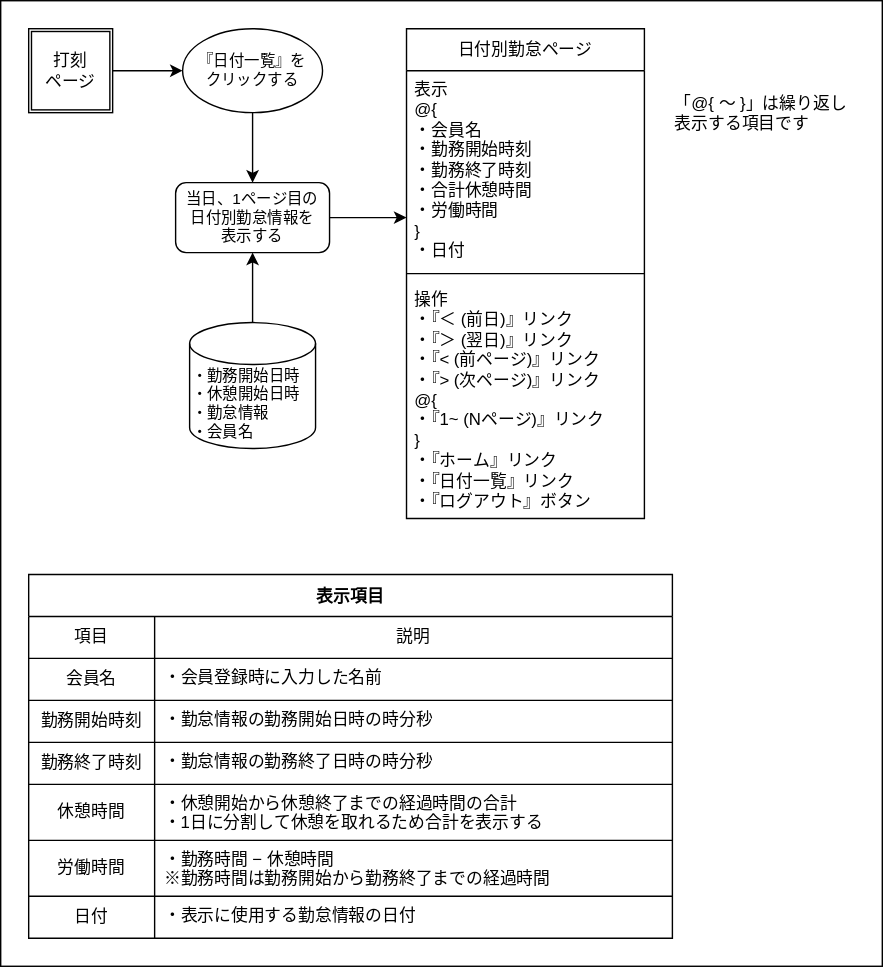
ryamao/atte keeps this draw.io diagram as doc/画面遷移図/日付別勤怠ページ/日付別勤怠ページ.drawio.svg. Above is the earlier version. Source tidied: cells renumbered, new cells last; positions are measured from the earlier drawing's top-left corner, leaving out a move shared by most shapes. Its diagram source:
```xml
<mxGraphModel>
  <root>
    <mxCell id="0" />
    <mxCell id="1" parent="0" />
    <mxCell id="2" style="rounded=0;whiteSpace=wrap;html=1;" parent="1" vertex="1">
      <mxGeometry width="630" height="690" as="geometry" />
    </mxCell>
    <mxCell id="3" style="edgeStyle=none;html=1;exitX=1;exitY=0.5;exitDx=0;exitDy=0;entryX=0;entryY=0.5;entryDx=0;entryDy=0;fontSize=11;" parent="1" edge="1" target="36">
      <mxGeometry relative="1" as="geometry">
        <mxPoint x="80" y="50" as="sourcePoint" />
      </mxGeometry>
    </mxCell>
    <mxCell id="4" value="日付別勤怠ページ" style="swimlane;fontStyle=0;horizontal=1;startSize=30;whiteSpace=wrap;html=1;" parent="1" vertex="1">
      <mxGeometry x="290" y="20" width="170" height="350" as="geometry" />
    </mxCell>
    <mxCell id="5" value="表示&lt;br&gt;@{&lt;br&gt;　・会員名&lt;br&gt;　・勤務開始時刻&lt;br&gt;　・勤務終了時刻&lt;br&gt;　・合計休憩時間&lt;br&gt;　・労働時間&lt;br&gt;}&lt;br&gt;・日付" style="text;strokeColor=none;fillColor=none;align=left;verticalAlign=top;spacingLeft=4;spacingRight=4;overflow=hidden;portConstraint=eastwest;whiteSpace=wrap;html=1;" parent="4" vertex="1">
      <mxGeometry y="30" width="170" height="140" as="geometry" />
    </mxCell>
    <mxCell id="6" style="line;strokeWidth=1;html=1;" parent="4" vertex="1">
      <mxGeometry y="170" width="170" height="10" as="geometry" />
    </mxCell>
    <mxCell id="7" value="操作&lt;br&gt;・『＜ (前日)』リンク&lt;br&gt;・『＞ (翌日)』リンク&lt;br&gt;・『&amp;lt; (前ページ)』リンク&lt;br&gt;・『&amp;gt; (次ページ)』リンク&lt;br&gt;@{&lt;br&gt;　・『1~ (Nページ)』リンク&lt;br&gt;}&lt;br&gt;・『ホーム』リンク&lt;br&gt;・『日付一覧』リンク&lt;br&gt;・『ログアウト』ボタン" style="text;strokeColor=none;fillColor=none;align=left;verticalAlign=top;spacingLeft=4;spacingRight=4;overflow=hidden;whiteSpace=wrap;html=1;strokeWidth=1;" parent="4" vertex="1">
      <mxGeometry y="180" width="170" height="170" as="geometry" />
    </mxCell>
    <mxCell id="8" value="表示項目" style="shape=table;startSize=30;fontStyle=1;align=center;" parent="1" vertex="1">
      <mxGeometry x="20" y="410" width="460" height="260" as="geometry" />
    </mxCell>
    <mxCell id="9" style="shape=tableRow;horizontal=0;startSize=0;swimlaneHead=0;swimlaneBody=0;top=0;left=0;bottom=0;right=0;fillColor=none;" parent="8" vertex="1">
      <mxGeometry y="30" width="460" height="30" as="geometry" />
    </mxCell>
    <mxCell id="10" value="項目" style="shape=partialRectangle;html=1;whiteSpace=wrap;fillColor=none;top=0;left=0;bottom=0;right=0;overflow=hidden;" parent="9" vertex="1">
      <mxGeometry width="90" height="30" as="geometry" />
    </mxCell>
    <mxCell id="11" value="説明" style="shape=partialRectangle;html=1;whiteSpace=wrap;fillColor=none;top=0;left=0;bottom=0;right=0;overflow=hidden;" parent="9" vertex="1">
      <mxGeometry x="90" width="370" height="30" as="geometry" />
    </mxCell>
    <mxCell id="12" style="shape=tableRow;horizontal=0;startSize=0;swimlaneHead=0;swimlaneBody=0;top=0;left=0;bottom=0;right=0;fillColor=none;" parent="8" vertex="1">
      <mxGeometry y="60" width="460" height="30" as="geometry" />
    </mxCell>
    <mxCell id="13" value="会員名" style="shape=partialRectangle;html=1;whiteSpace=wrap;fillColor=none;top=0;left=0;bottom=0;right=0;overflow=hidden;" parent="12" vertex="1">
      <mxGeometry width="90" height="30" as="geometry" />
    </mxCell>
    <mxCell id="14" value="・会員登録時に入力した名前" style="shape=partialRectangle;html=1;whiteSpace=wrap;fillColor=none;top=0;left=0;bottom=0;right=0;overflow=hidden;verticalAlign=top;align=left;spacingLeft=5;" parent="12" vertex="1">
      <mxGeometry x="90" width="370" height="30" as="geometry" />
    </mxCell>
    <mxCell id="15" style="shape=tableRow;horizontal=0;startSize=0;swimlaneHead=0;swimlaneBody=0;top=0;left=0;bottom=0;right=0;fillColor=none;" parent="8" vertex="1">
      <mxGeometry y="90" width="460" height="30" as="geometry" />
    </mxCell>
    <mxCell id="16" value="勤務開始時刻" style="shape=partialRectangle;html=1;whiteSpace=wrap;fillColor=none;top=0;left=0;bottom=0;right=0;overflow=hidden;" parent="15" vertex="1">
      <mxGeometry width="90" height="30" as="geometry" />
    </mxCell>
    <mxCell id="17" value="・勤怠情報の勤務開始日時の時分秒" style="shape=partialRectangle;html=1;whiteSpace=wrap;fillColor=none;top=0;left=0;bottom=0;right=0;overflow=hidden;verticalAlign=top;align=left;spacingLeft=5;" parent="15" vertex="1">
      <mxGeometry x="90" width="370" height="30" as="geometry" />
    </mxCell>
    <mxCell id="18" style="shape=tableRow;horizontal=0;startSize=0;swimlaneHead=0;swimlaneBody=0;top=0;left=0;bottom=0;right=0;fillColor=none;" parent="8" vertex="1">
      <mxGeometry y="120" width="460" height="30" as="geometry" />
    </mxCell>
    <mxCell id="19" value="勤務終了時刻" style="shape=partialRectangle;html=1;whiteSpace=wrap;fillColor=none;top=0;left=0;bottom=0;right=0;overflow=hidden;" parent="18" vertex="1">
      <mxGeometry width="90" height="30" as="geometry" />
    </mxCell>
    <mxCell id="20" value="・勤怠情報の勤務終了日時の時分秒" style="shape=partialRectangle;html=1;whiteSpace=wrap;fillColor=none;top=0;left=0;bottom=0;right=0;overflow=hidden;verticalAlign=top;align=left;spacingLeft=5;" parent="18" vertex="1">
      <mxGeometry x="90" width="370" height="30" as="geometry" />
    </mxCell>
    <mxCell id="21" style="shape=tableRow;horizontal=0;startSize=0;swimlaneHead=0;swimlaneBody=0;top=0;left=0;bottom=0;right=0;fillColor=none;" parent="8" vertex="1">
      <mxGeometry y="150" width="460" height="40" as="geometry" />
    </mxCell>
    <mxCell id="22" value="休憩時間" style="shape=partialRectangle;html=1;whiteSpace=wrap;fillColor=none;top=0;left=0;bottom=0;right=0;overflow=hidden;" parent="21" vertex="1">
      <mxGeometry width="90" height="40" as="geometry" />
    </mxCell>
    <mxCell id="23" value="・休憩開始から休憩終了までの経過時間の合計&lt;br&gt;・1日に分割して休憩を取れるため合計を表示する" style="shape=partialRectangle;html=1;whiteSpace=wrap;fillColor=none;top=0;left=0;bottom=0;right=0;overflow=hidden;verticalAlign=top;align=left;spacingLeft=5;" parent="21" vertex="1">
      <mxGeometry x="90" width="370" height="40" as="geometry" />
    </mxCell>
    <mxCell id="24" style="shape=tableRow;horizontal=0;startSize=0;swimlaneHead=0;swimlaneBody=0;top=0;left=0;bottom=0;right=0;fillColor=none;" parent="8" vertex="1">
      <mxGeometry y="190" width="460" height="40" as="geometry" />
    </mxCell>
    <mxCell id="25" value="労働時間" style="shape=partialRectangle;html=1;whiteSpace=wrap;fillColor=none;top=0;left=0;bottom=0;right=0;overflow=hidden;" parent="24" vertex="1">
      <mxGeometry width="90" height="40" as="geometry" />
    </mxCell>
    <mxCell id="26" value="・勤務時間 − 休憩時間&lt;br&gt;※勤務時間は勤務開始から勤務終了までの経過時間" style="shape=partialRectangle;html=1;whiteSpace=wrap;fillColor=none;top=0;left=0;bottom=0;right=0;overflow=hidden;verticalAlign=top;align=left;spacingLeft=5;" parent="24" vertex="1">
      <mxGeometry x="90" width="370" height="40" as="geometry" />
    </mxCell>
    <mxCell id="27" style="shape=tableRow;horizontal=0;startSize=0;swimlaneHead=0;swimlaneBody=0;top=0;left=0;bottom=0;right=0;fillColor=none;" parent="8" vertex="1">
      <mxGeometry y="230" width="460" height="30" as="geometry" />
    </mxCell>
    <mxCell id="28" value="日付" style="shape=partialRectangle;html=1;whiteSpace=wrap;fillColor=none;top=0;left=0;bottom=0;right=0;overflow=hidden;" parent="27" vertex="1">
      <mxGeometry width="90" height="30" as="geometry" />
    </mxCell>
    <mxCell id="29" value="・表示に使用する勤怠情報の日付" style="shape=partialRectangle;html=1;whiteSpace=wrap;fillColor=none;top=0;left=0;bottom=0;right=0;overflow=hidden;verticalAlign=top;align=left;spacingLeft=5;" parent="27" vertex="1">
      <mxGeometry x="90" width="370" height="30" as="geometry" />
    </mxCell>
    <mxCell id="30" value="「@{ 〜 }」は繰り返し表示する項目です" style="text;html=1;strokeColor=none;fillColor=none;align=left;verticalAlign=top;whiteSpace=wrap;rounded=0;" parent="1" vertex="1">
      <mxGeometry x="480" y="60" width="130" height="40" as="geometry" />
    </mxCell>
    <mxCell id="31" style="edgeStyle=none;html=1;exitX=0.5;exitY=0;exitDx=0;exitDy=0;exitPerimeter=0;fontSize=11;" parent="1" edge="1" source="32" target="34">
      <mxGeometry relative="1" as="geometry" />
    </mxCell>
    <mxCell id="32" value="・勤務開始日時&lt;br style=&quot;font-size: 11px;&quot;&gt;・休憩開始日時&lt;br style=&quot;font-size: 11px;&quot;&gt;・勤怠情報&lt;br style=&quot;font-size: 11px;&quot;&gt;・会員名" style="shape=cylinder3;html=1;boundedLbl=1;backgroundOutline=1;size=15;align=left;fontSize=11;" parent="1" vertex="1">
      <mxGeometry x="135" y="230" width="90" height="90" as="geometry" />
    </mxCell>
    <mxCell id="33" style="edgeStyle=none;html=1;exitX=1;exitY=0.5;exitDx=0;exitDy=0;fontSize=11;entryX=0;entryY=0.75;entryDx=0;entryDy=0;" parent="1" edge="1" source="34" target="5">
      <mxGeometry relative="1" as="geometry" />
    </mxCell>
    <mxCell id="34" value="当日、1ページ目の&lt;br&gt;日付別勤怠情報を&lt;br&gt;表示する" style="rounded=1;whiteSpace=wrap;html=1;fontSize=11;" parent="1" vertex="1">
      <mxGeometry x="125" y="130" width="110" height="50" as="geometry" />
    </mxCell>
    <mxCell id="35" style="edgeStyle=none;html=1;exitX=0.5;exitY=1;exitDx=0;exitDy=0;entryX=0.5;entryY=0;entryDx=0;entryDy=0;fontSize=11;" parent="1" edge="1" source="36" target="34">
      <mxGeometry relative="1" as="geometry" />
    </mxCell>
    <mxCell id="36" value="『日付一覧』を&lt;br&gt;クリックする" style="ellipse;whiteSpace=wrap;html=1;fontSize=11;" parent="1" vertex="1">
      <mxGeometry x="130" y="20" width="100" height="60" as="geometry" />
    </mxCell>
    <mxCell id="37" value="打刻&lt;br&gt;ページ" style="shape=ext;double=1;whiteSpace=wrap;html=1;" parent="1" vertex="1">
      <mxGeometry x="20" y="20" width="60" height="60" as="geometry" />
    </mxCell>
  </root>
</mxGraphModel>
```
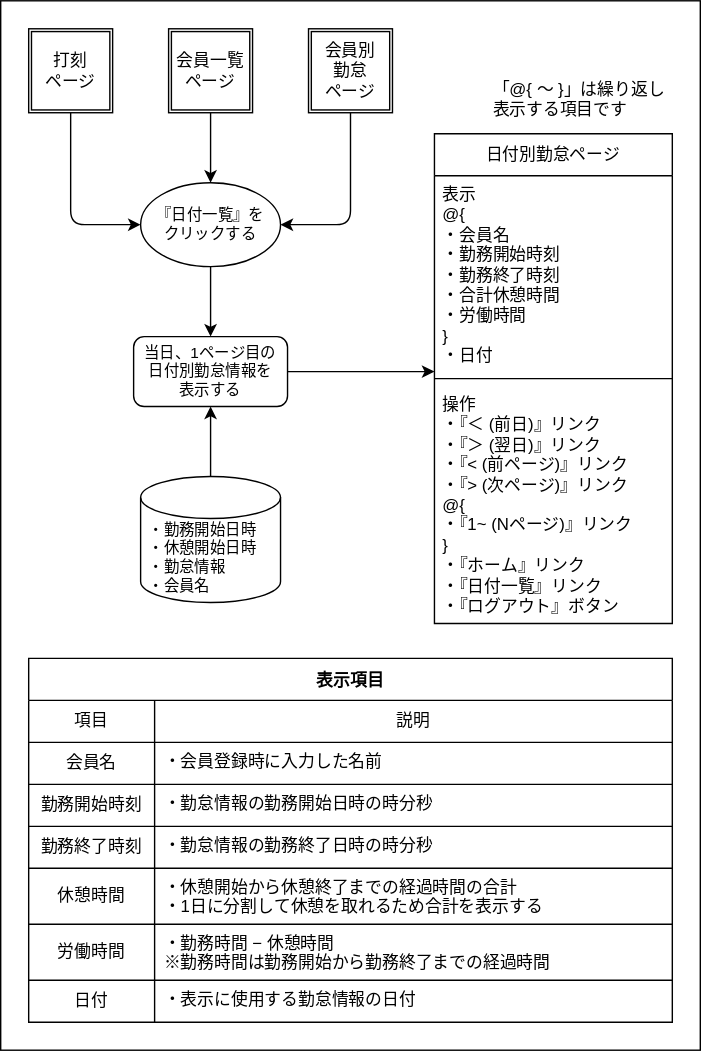
After the change.

What changed in the source:
```diff
@@ -3,15 +3,13 @@
     <mxCell id="0" />
     <mxCell id="1" parent="0" />
     <mxCell id="2" style="rounded=0;whiteSpace=wrap;html=1;" parent="1" vertex="1">
-      <mxGeometry width="630" height="690" as="geometry" />
+      <mxGeometry width="500" height="750" as="geometry" />
     </mxCell>
-    <mxCell id="3" style="edgeStyle=none;html=1;exitX=1;exitY=0.5;exitDx=0;exitDy=0;entryX=0;entryY=0.5;entryDx=0;entryDy=0;fontSize=11;" parent="1" edge="1" target="36">
-      <mxGeometry relative="1" as="geometry">
-        <mxPoint x="80" y="50" as="sourcePoint" />
-      </mxGeometry>
+    <mxCell id="3" style="edgeStyle=orthogonalEdgeStyle;html=1;exitX=0.5;exitY=1;exitDx=0;exitDy=0;entryX=0;entryY=0.5;entryDx=0;entryDy=0;fontSize=11;" parent="1" edge="1" source="37" target="36">
+      <mxGeometry relative="1" as="geometry" />
     </mxCell>
     <mxCell id="4" value="日付別勤怠ページ" style="swimlane;fontStyle=0;horizontal=1;startSize=30;whiteSpace=wrap;html=1;" parent="1" vertex="1">
-      <mxGeometry x="290" y="20" width="170" height="350" as="geometry" />
+      <mxGeometry x="310" y="95" width="170" height="350" as="geometry" />
     </mxCell>
     <mxCell id="5" value="表示&lt;br&gt;@{&lt;br&gt;　・会員名&lt;br&gt;　・勤務開始時刻&lt;br&gt;　・勤務終了時刻&lt;br&gt;　・合計休憩時間&lt;br&gt;　・労働時間&lt;br&gt;}&lt;br&gt;・日付" style="text;strokeColor=none;fillColor=none;align=left;verticalAlign=top;spacingLeft=4;spacingRight=4;overflow=hidden;portConstraint=eastwest;whiteSpace=wrap;html=1;" parent="4" vertex="1">
       <mxGeometry y="30" width="170" height="140" as="geometry" />
@@ -23,7 +21,7 @@
       <mxGeometry y="180" width="170" height="170" as="geometry" />
     </mxCell>
     <mxCell id="8" value="表示項目" style="shape=table;startSize=30;fontStyle=1;align=center;" parent="1" vertex="1">
-      <mxGeometry x="20" y="410" width="460" height="260" as="geometry" />
+      <mxGeometry x="20" y="470" width="460" height="260" as="geometry" />
     </mxCell>
     <mxCell id="9" style="shape=tableRow;horizontal=0;startSize=0;swimlaneHead=0;swimlaneBody=0;top=0;left=0;bottom=0;right=0;fillColor=none;" parent="8" vertex="1">
       <mxGeometry y="30" width="460" height="30" as="geometry" />
@@ -89,28 +87,40 @@
       <mxGeometry x="90" width="370" height="30" as="geometry" />
     </mxCell>
     <mxCell id="30" value="「@{ 〜 }」は繰り返し表示する項目です" style="text;html=1;strokeColor=none;fillColor=none;align=left;verticalAlign=top;whiteSpace=wrap;rounded=0;" parent="1" vertex="1">
-      <mxGeometry x="480" y="60" width="130" height="40" as="geometry" />
+      <mxGeometry x="350" y="50" width="130" height="40" as="geometry" />
     </mxCell>
     <mxCell id="31" style="edgeStyle=none;html=1;exitX=0.5;exitY=0;exitDx=0;exitDy=0;exitPerimeter=0;fontSize=11;" parent="1" edge="1" source="32" target="34">
       <mxGeometry relative="1" as="geometry" />
     </mxCell>
-    <mxCell id="32" value="・勤務開始日時&lt;br style=&quot;font-size: 11px;&quot;&gt;・休憩開始日時&lt;br style=&quot;font-size: 11px;&quot;&gt;・勤怠情報&lt;br style=&quot;font-size: 11px;&quot;&gt;・会員名" style="shape=cylinder3;html=1;boundedLbl=1;backgroundOutline=1;size=15;align=left;fontSize=11;" parent="1" vertex="1">
-      <mxGeometry x="135" y="230" width="90" height="90" as="geometry" />
+    <mxCell id="32" value="・勤務開始日時&lt;br style=&quot;font-size: 11px;&quot;&gt;・休憩開始日時&lt;br style=&quot;font-size: 11px;&quot;&gt;・勤怠情報&lt;br style=&quot;font-size: 11px;&quot;&gt;・会員名" style="shape=cylinder3;html=1;boundedLbl=1;backgroundOutline=1;size=15;align=left;fontSize=11;spacingLeft=4;" parent="1" vertex="1">
+      <mxGeometry x="100" y="340" width="100" height="90" as="geometry" />
     </mxCell>
-    <mxCell id="33" style="edgeStyle=none;html=1;exitX=1;exitY=0.5;exitDx=0;exitDy=0;fontSize=11;entryX=0;entryY=0.75;entryDx=0;entryDy=0;" parent="1" edge="1" source="34" target="5">
+    <mxCell id="33" style="edgeStyle=none;html=1;exitX=1;exitY=0.5;exitDx=0;exitDy=0;fontSize=11;entryX=0;entryY=1;entryDx=0;entryDy=0;" parent="1" edge="1" source="34" target="5">
       <mxGeometry relative="1" as="geometry" />
     </mxCell>
     <mxCell id="34" value="当日、1ページ目の&lt;br&gt;日付別勤怠情報を&lt;br&gt;表示する" style="rounded=1;whiteSpace=wrap;html=1;fontSize=11;" parent="1" vertex="1">
-      <mxGeometry x="125" y="130" width="110" height="50" as="geometry" />
+      <mxGeometry x="95" y="240" width="110" height="50" as="geometry" />
     </mxCell>
     <mxCell id="35" style="edgeStyle=none;html=1;exitX=0.5;exitY=1;exitDx=0;exitDy=0;entryX=0.5;entryY=0;entryDx=0;entryDy=0;fontSize=11;" parent="1" edge="1" source="36" target="34">
       <mxGeometry relative="1" as="geometry" />
     </mxCell>
     <mxCell id="36" value="『日付一覧』を&lt;br&gt;クリックする" style="ellipse;whiteSpace=wrap;html=1;fontSize=11;" parent="1" vertex="1">
-      <mxGeometry x="130" y="20" width="100" height="60" as="geometry" />
+      <mxGeometry x="100" y="130" width="100" height="60" as="geometry" />
     </mxCell>
     <mxCell id="37" value="打刻&lt;br&gt;ページ" style="shape=ext;double=1;whiteSpace=wrap;html=1;" parent="1" vertex="1">
       <mxGeometry x="20" y="20" width="60" height="60" as="geometry" />
     </mxCell>
+    <mxCell id="38" style="edgeStyle=none;html=1;exitX=0.5;exitY=1;exitDx=0;exitDy=0;entryX=0.5;entryY=0;entryDx=0;entryDy=0;" parent="1" edge="1" source="39" target="36">
+      <mxGeometry relative="1" as="geometry" />
+    </mxCell>
+    <mxCell id="39" value="会員一覧&lt;br&gt;ページ" style="shape=ext;double=1;whiteSpace=wrap;html=1;" parent="1" vertex="1">
+      <mxGeometry x="120" y="20" width="60" height="60" as="geometry" />
+    </mxCell>
+    <mxCell id="40" style="edgeStyle=orthogonalEdgeStyle;html=1;exitX=0.5;exitY=1;exitDx=0;exitDy=0;entryX=1;entryY=0.5;entryDx=0;entryDy=0;" parent="1" edge="1" source="41" target="36">
+      <mxGeometry relative="1" as="geometry" />
+    </mxCell>
+    <mxCell id="41" value="会員別&lt;br&gt;勤怠&lt;br&gt;ページ" style="shape=ext;double=1;whiteSpace=wrap;html=1;" parent="1" vertex="1">
+      <mxGeometry x="220" y="20" width="60" height="60" as="geometry" />
+    </mxCell>
   </root>
 </mxGraphModel>
```
